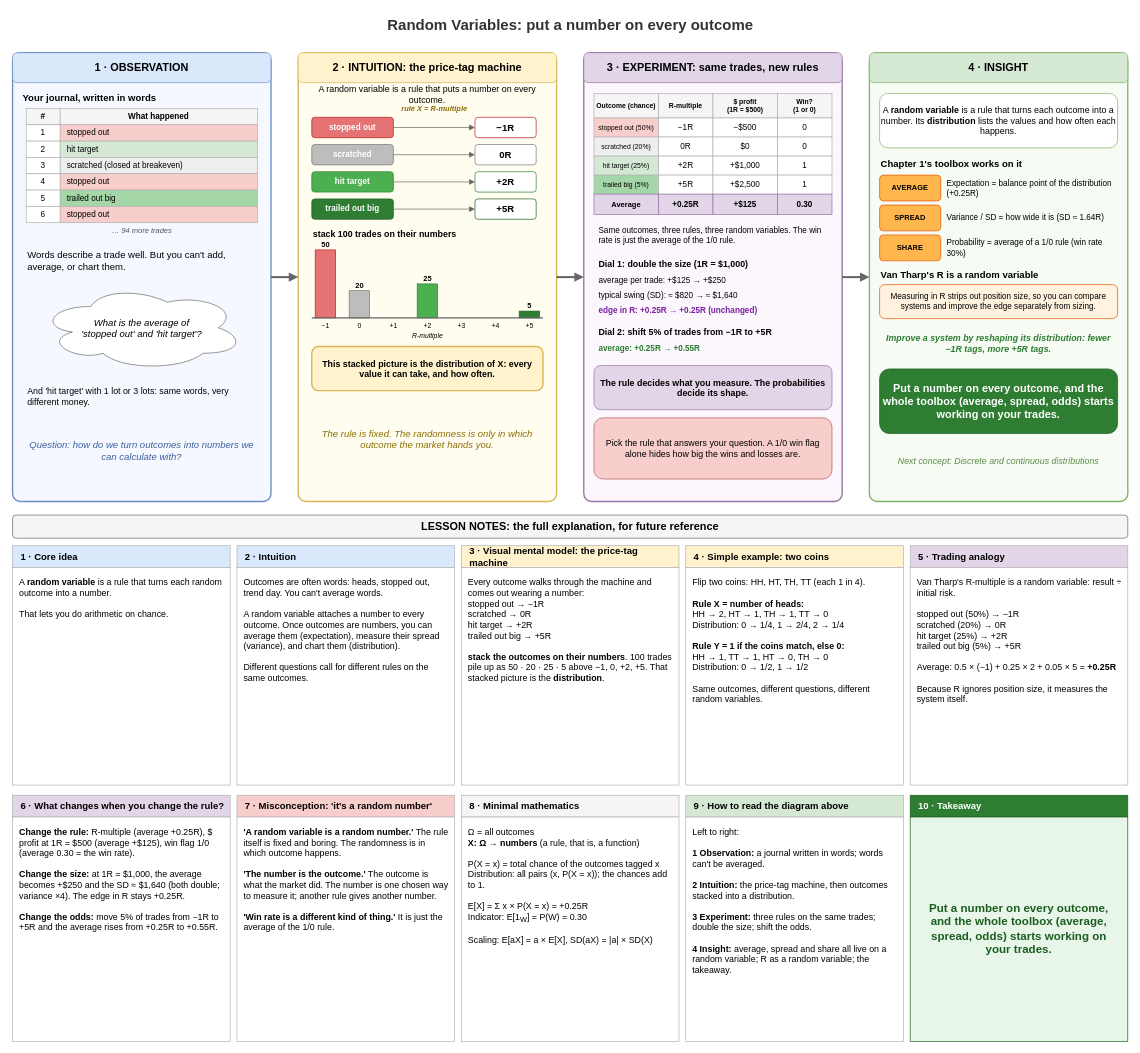
Before: page "01 Random Variables" (1 of 3) of seeing-theory/03-probability-distributions.drawio in raj-champaneriya-ibm/continuous-learning, a draw.io diagram. Source tidied: cells renumbered, new cells numbered last; positions are measured from the earlier drawing's top-left corner, leaving out a move shared by most shapes. Both pictures are drawn from the tidied source at 68%, with x=0, y=0 at pixel (12, 12).
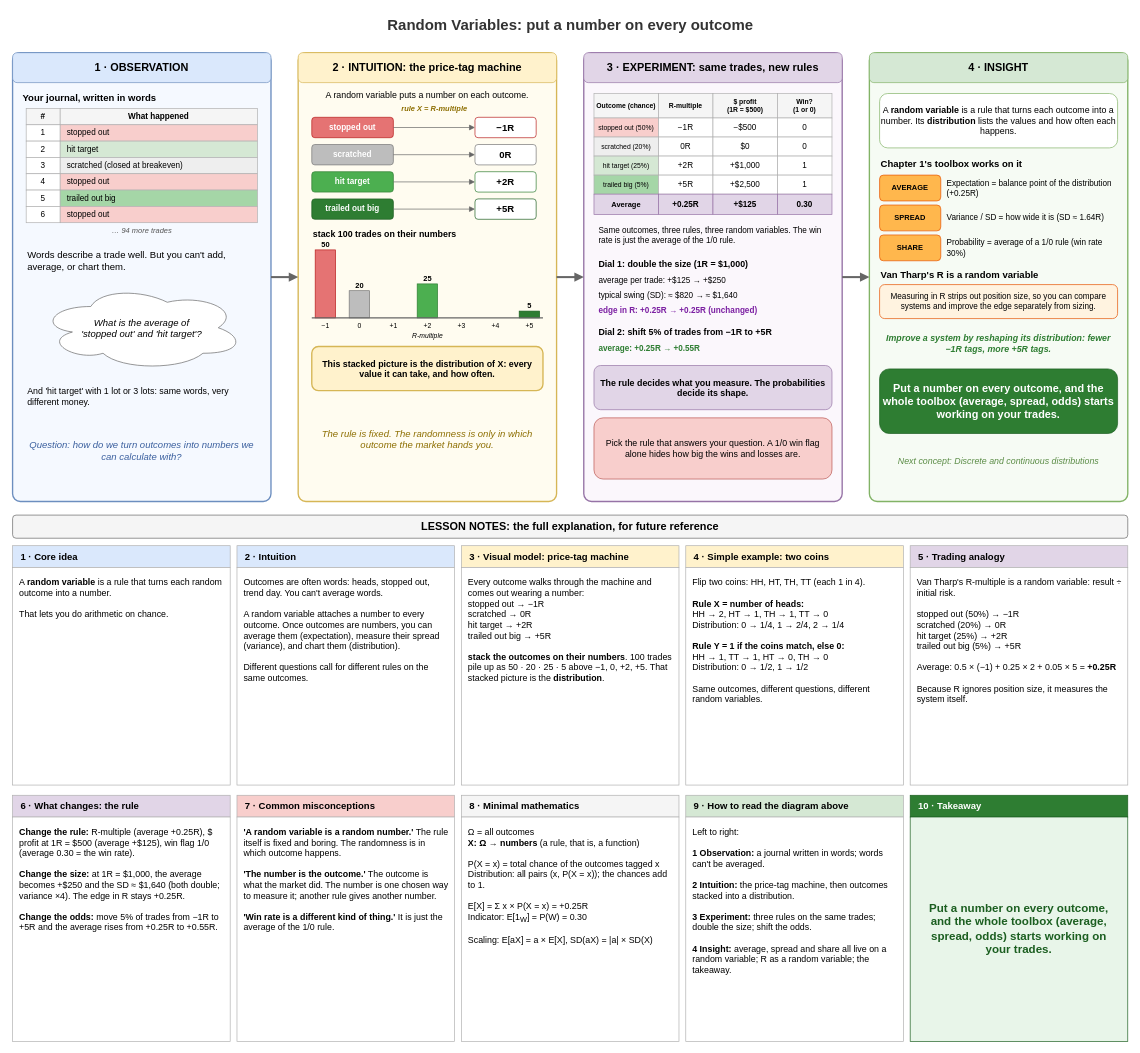
After the change.

What changed in the source:
```diff
@@
-    <mxCell id="27" value="A random variable is a rule that puts a number on every outcome." style="text;html=1;whiteSpace=wrap;align=center;verticalAlign=middle;fontSize=13;" parent="1" vertex="1">
+    <mxCell id="27" value="A random variable puts a number on each outcome." style="text;html=1;whiteSpace=wrap;align=center;verticalAlign=middle;fontSize=13;" parent="1" vertex="1">
       <mxGeometry x="440" y="110" width="340" height="24" as="geometry" />
     </mxCell>
@@
-    <mxCell id="119" value="3 · Visual mental model: the price-tag machine" style="rounded=0;whiteSpace=wrap;html=1;fillColor=#fff2cc;strokeColor=#B0B0B0;align=left;spacingLeft=10;fontSize=14;fontStyle=1;" parent="1" vertex="1">
+    <mxCell id="119" value="3 · Visual model: price-tag machine" style="rounded=0;whiteSpace=wrap;html=1;fillColor=#fff2cc;strokeColor=#B0B0B0;align=left;spacingLeft=10;fontSize=14;fontStyle=1;" parent="1" vertex="1">
       <mxGeometry x="660" y="785" width="320" height="32" as="geometry" />
     </mxCell>
@@
-    <mxCell id="125" value="6 · What changes when you change the rule?" style="rounded=0;whiteSpace=wrap;html=1;fillColor=#e1d5e7;strokeColor=#B0B0B0;align=left;spacingLeft=10;fontSize=14;fontStyle=1;" parent="1" vertex="1">
+    <mxCell id="125" value="6 · What changes: the rule" style="rounded=0;whiteSpace=wrap;html=1;fillColor=#e1d5e7;strokeColor=#B0B0B0;align=left;spacingLeft=10;fontSize=14;fontStyle=1;" parent="1" vertex="1">
       <mxGeometry y="1152" width="320" height="32" as="geometry" />
     </mxCell>
@@
-    <mxCell id="127" value="7 · Misconception: 'it's a random number'" style="rounded=0;whiteSpace=wrap;html=1;fillColor=#f8cecc;strokeColor=#B0B0B0;align=left;spacingLeft=10;fontSize=14;fontStyle=1;" parent="1" vertex="1">
+    <mxCell id="127" value="7 · Common misconceptions" style="rounded=0;whiteSpace=wrap;html=1;fillColor=#f8cecc;strokeColor=#B0B0B0;align=left;spacingLeft=10;fontSize=14;fontStyle=1;" parent="1" vertex="1">
       <mxGeometry x="330" y="1152" width="320" height="32" as="geometry" />
     </mxCell>
```
